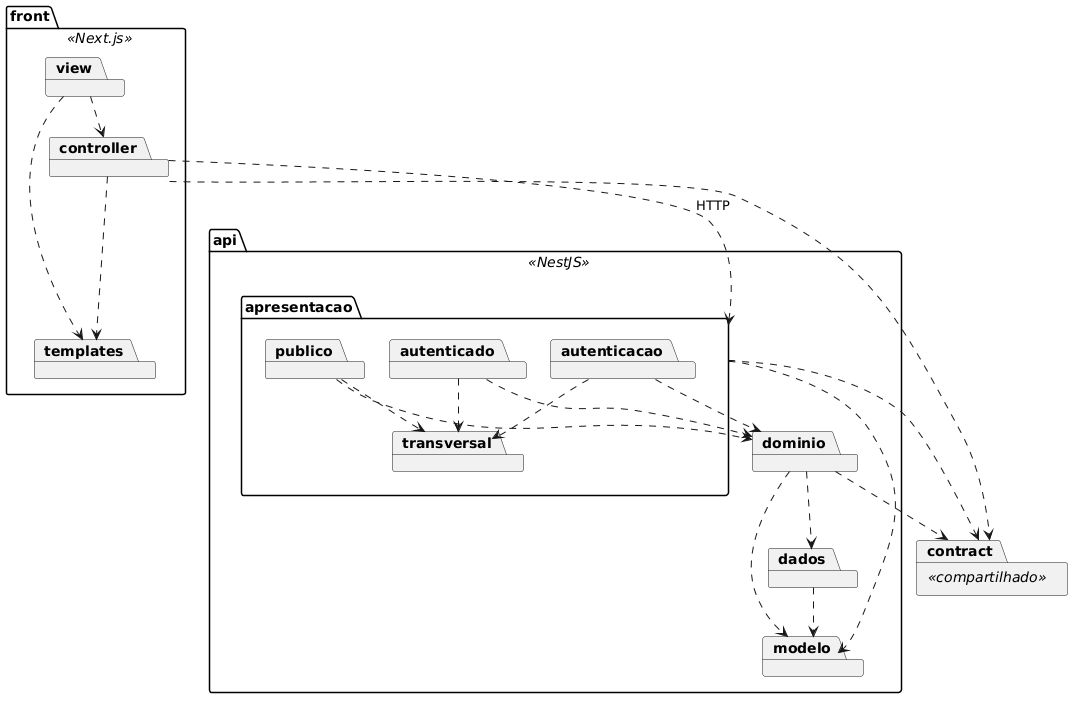
Above: docs/.attachments/diagrama-de-pacotes.png in tcpassos/invite-app (PlantUML), before the change. Its diagram source:
```plantuml
@startuml diagrama-de-pacotes

skinparam shadowing false
skinparam monochrome true
skinparam defaultTextAlignment center
skinparam nodesep 25
skinparam ranksep 40

package front <<Next.js>> {
  package view
  package controller
  package templates
}

package contract <<compartilhado>>

package api <<NestJS>> {

  package apresentacao {
    package publico
    package autenticado
    package autenticacao
    package transversal
  }

  package dominio
  package dados
  package modelo
}

view ..> controller
view ..> templates
controller ..> templates
controller ..> contract

publico ..> transversal
autenticado ..> transversal
autenticacao ..> transversal

publico ..> dominio
autenticado ..> dominio
autenticacao ..> dominio

apresentacao ..> contract
dominio ..> contract

dominio ..> dados
dominio ..> modelo
dados ..> modelo
apresentacao ..> modelo

controller ..> apresentacao : HTTP

@enduml
```
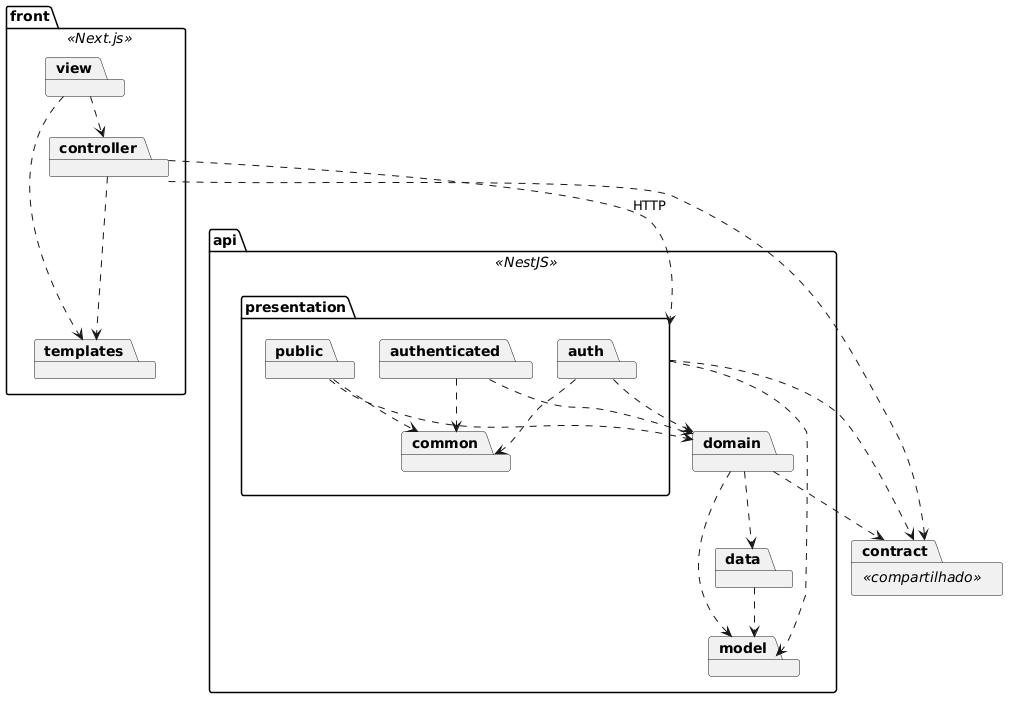
Later version of the same file.

Commit message:
docs: notas dos diagramas viram rotulos e pacotes ganham nome em ingles

What changed in the source:
```diff
@@ -16,16 +16,16 @@
 
 package api <<NestJS>> {
 
-  package apresentacao {
-    package publico
-    package autenticado
-    package autenticacao
-    package transversal
+  package presentation {
+    package public
+    package authenticated
+    package auth
+    package common
   }
 
-  package dominio
-  package dados
-  package modelo
+  package domain
+  package data
+  package model
 }
 
 view ..> controller
@@ -33,22 +33,22 @@
 controller ..> templates
 controller ..> contract
 
-publico ..> transversal
-autenticado ..> transversal
-autenticacao ..> transversal
+public ..> common
+authenticated ..> common
+auth ..> common
 
-publico ..> dominio
-autenticado ..> dominio
-autenticacao ..> dominio
+public ..> domain
+authenticated ..> domain
+auth ..> domain
 
-apresentacao ..> contract
-dominio ..> contract
+presentation ..> contract
+domain ..> contract
 
-dominio ..> dados
-dominio ..> modelo
-dados ..> modelo
-apresentacao ..> modelo
+domain ..> data
+domain ..> model
+data ..> model
+presentation ..> model
 
-controller ..> apresentacao : HTTP
+controller ..> presentation : HTTP
 
 @enduml
```
